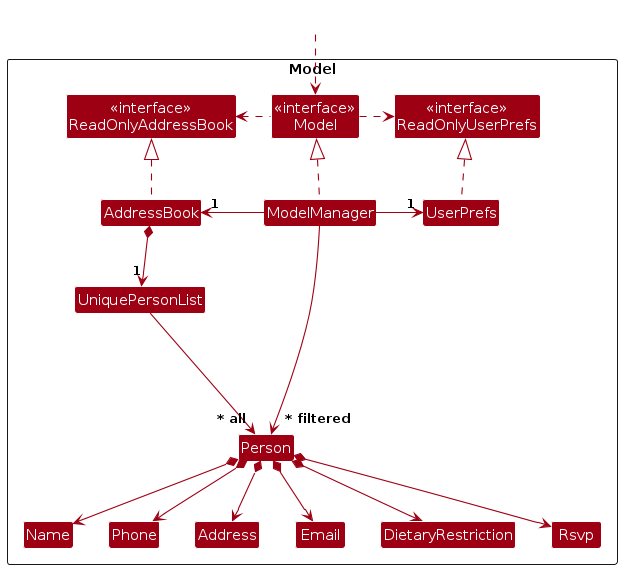
The PlantUML diagram diagrams/ModelClassDiagram.png in AY2425S2-CS2103T-F12-3/tp, before a commit. Its source is kept beside it as diagrams/ModelClassDiagram.puml. Source of this version:
```plantuml
@startuml
!include style.puml
skinparam arrowThickness 1.1
skinparam arrowColor MODEL_COLOR
skinparam classBackgroundColor MODEL_COLOR

Package Model as ModelPackage <<Rectangle>>{
Class "<<interface>>\nReadOnlyAddressBook" as ReadOnlyAddressBook
Class "<<interface>>\nReadOnlyUserPrefs" as ReadOnlyUserPrefs
Class "<<interface>>\nModel" as Model
Class AddressBook
Class ModelManager
Class UserPrefs

Class UniquePersonList
Class Person
Class Name
Class Email
Class Phone
Class Rsvp
Class Address
Class DietaryRestriction

Class I #FFFFFF
}

Class HiddenOutside #FFFFFF
HiddenOutside ..> Model

AddressBook .up.|> ReadOnlyAddressBook

ModelManager .up.|> Model
Model .right.> ReadOnlyUserPrefs
Model .left.> ReadOnlyAddressBook
ModelManager -left-> "1" AddressBook
ModelManager -right-> "1" UserPrefs
UserPrefs .up.|> ReadOnlyUserPrefs

AddressBook *--> "1" UniquePersonList
UniquePersonList --> "~* all" Person
Person *--> Name
Person *--> Phone
Person *--> Address
Person *--> Email
Person *--> DietaryRestriction
Person *--> Rsvp


Person -[hidden]up--> I
UniquePersonList -[hidden]right-> I

Name -[hidden]right-> Phone
Phone -[hidden]right-> Address
Address -[hidden]right-> Email
Email -[hidden]right-> DietaryRestriction
DietaryRestriction -[hidden]right-> Rsvp

ModelManager --> "~* filtered" Person
@enduml
```
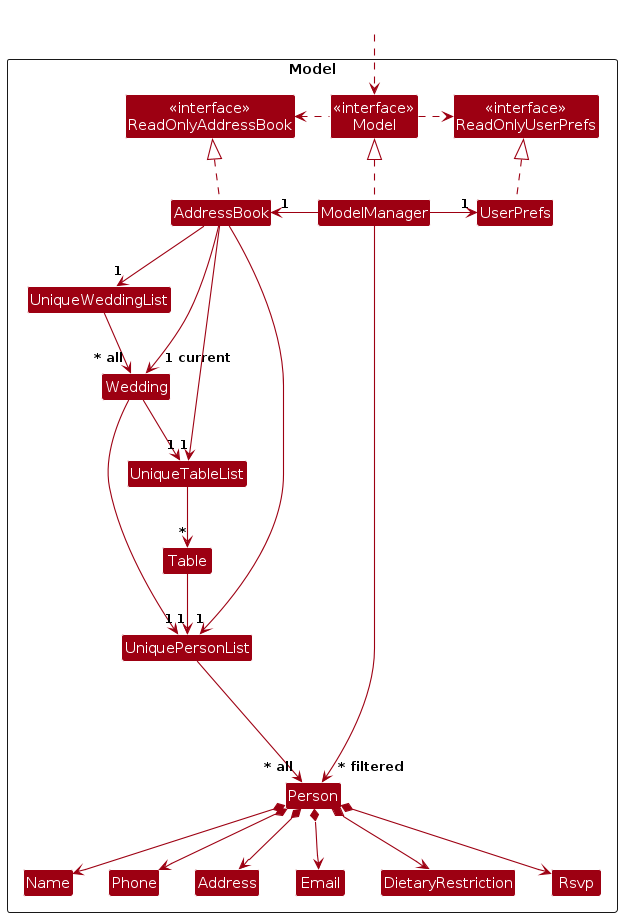
Above is the later version.

The edit, as a diff of the source:
```diff
@@ -11,6 +11,12 @@
 Class AddressBook
 Class ModelManager
 Class UserPrefs
+
+Class UniqueWeddingList
+Class Wedding
+
+Class UniqueTableList
+Class Table
 
 Class UniquePersonList
 Class Person
@@ -36,7 +42,17 @@
 ModelManager -right-> "1" UserPrefs
 UserPrefs .up.|> ReadOnlyUserPrefs
 
-AddressBook *--> "1" UniquePersonList
+AddressBook --> "1" UniqueWeddingList
+AddressBook --> "1 current" Wedding
+AddressBook --> "1" UniqueTableList
+AddressBook --> "1" UniquePersonList
+
+UniqueWeddingList --> "~* all" Wedding
+Wedding --> "1" UniqueTableList
+Wedding --> "1" UniquePersonList
+
+UniqueTableList --> "~*" Table
+Table --> "1" UniquePersonList
 UniquePersonList --> "~* all" Person
 Person *--> Name
 Person *--> Phone
```
